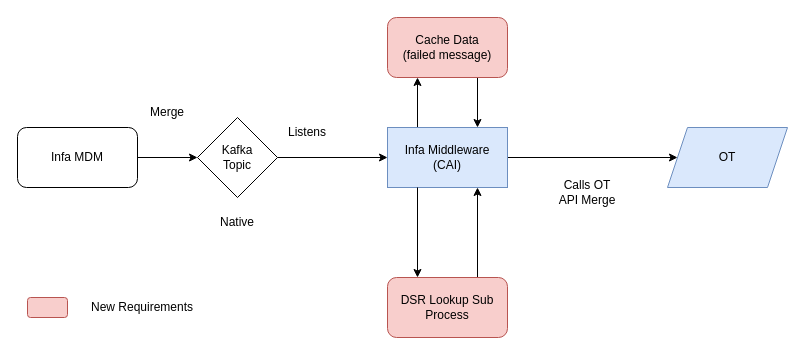
Above: page "merge 2.0" (4 of 18) of OT.drawio in biswarup81/drawings (draw.io), before the change. Source tidied: cells renumbered, new cells numbered last; positions are measured from the earlier drawing's top-left corner, leaving out a move shared by most shapes. Both pictures are drawn from the tidied source at 100%, with x=0, y=0 at pixel (17, 17).
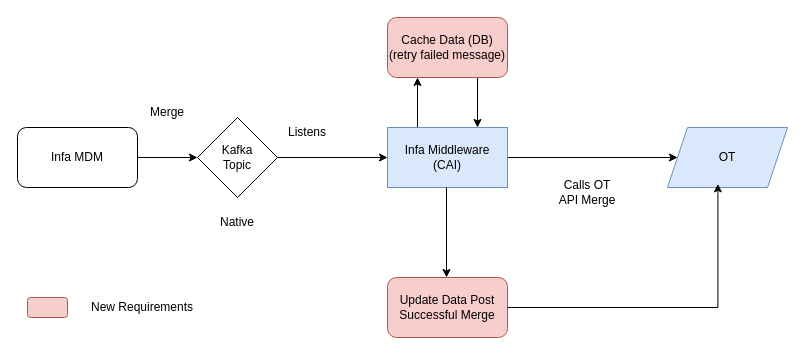
The same diagram, later.

Unchanged cells that the change refers to:
```xml
<mxCell id="7" value="Infa Middleware&lt;div&gt;(CAI)&lt;/div&gt;" style="rounded=0;whiteSpace=wrap;html=1;fillColor=#dae8fc;strokeColor=#6c8ebf;" parent="1" vertex="1">
  <mxGeometry x="370" y="110" width="120" height="60" as="geometry" />
</mxCell>
<mxCell id="9" value="OT" style="shape=parallelogram;perimeter=parallelogramPerimeter;whiteSpace=wrap;html=1;fixedSize=1;fillColor=#dae8fc;strokeColor=#6c8ebf;" parent="1" vertex="1">
  <mxGeometry x="650" y="110" width="120" height="60" as="geometry" />
</mxCell>
```

Change to the diagram source:
```diff
@@
-    <mxCell id="14" style="edgeStyle=orthogonalEdgeStyle;rounded=0;jettySize=auto;html=1;exitX=0.75;exitY=0;exitDx=0;exitDy=0;entryX=0.75;entryY=1;entryDx=0;entryDy=0;" parent="1" edge="1" source="15" target="7">
-      <mxGeometry relative="1" as="geometry" />
-    </mxCell>
-    <mxCell id="15" value="DSR Lookup Sub Process" style="rounded=1;whiteSpace=wrap;html=1;fillColor=#f8cecc;strokeColor=#b85450;" parent="1" vertex="1">
+    <mxCell id="15" value="Update Data Post Successful Merge" style="rounded=1;whiteSpace=wrap;html=1;fillColor=#f8cecc;strokeColor=#b85450;" parent="1" vertex="1">
       <mxGeometry x="370" y="260" width="120" height="60" as="geometry" />
     </mxCell>
@@
-    <mxCell id="17" value="Cache Data&lt;div&gt;(failed message)&lt;/div&gt;" style="rounded=1;whiteSpace=wrap;html=1;fillColor=#f8cecc;strokeColor=#b85450;" parent="1" vertex="1">
+    <mxCell id="17" value="Cache Data (DB)&lt;div&gt;(retry failed message)&lt;/div&gt;" style="rounded=1;whiteSpace=wrap;html=1;fillColor=#f8cecc;strokeColor=#b85450;" parent="1" vertex="1">
       <mxGeometry x="370" width="120" height="60" as="geometry" />
     </mxCell>
-    <mxCell id="18" style="edgeStyle=orthogonalEdgeStyle;rounded=0;jettySize=auto;html=1;exitX=0.25;exitY=1;exitDx=0;exitDy=0;entryX=0.25;entryY=0;entryDx=0;entryDy=0;" parent="1" edge="1" source="7" target="15">
-      <mxGeometry relative="1" as="geometry" />
+    <mxCell id="18" style="edgeStyle=orthogonalEdgeStyle;rounded=0;orthogonalLoop=1;jettySize=auto;html=1;exitX=0.25;exitY=1;exitDx=0;exitDy=0;entryX=0.25;entryY=0;entryDx=0;entryDy=0;" parent="1" edge="1">
+      <mxGeometry relative="1" as="geometry">
+        <mxPoint x="429" y="170" as="sourcePoint" />
+        <mxPoint x="429" y="260" as="targetPoint" />
+      </mxGeometry>
     </mxCell>
@@
+    <mxCell id="21" style="edgeStyle=orthogonalEdgeStyle;rounded=0;jettySize=auto;html=1;entryX=0.42;entryY=0.94;entryDx=0;entryDy=0;entryPerimeter=0;" parent="1" edge="1" source="15" target="9">
+      <mxGeometry relative="1" as="geometry" />
+    </mxCell>
```
